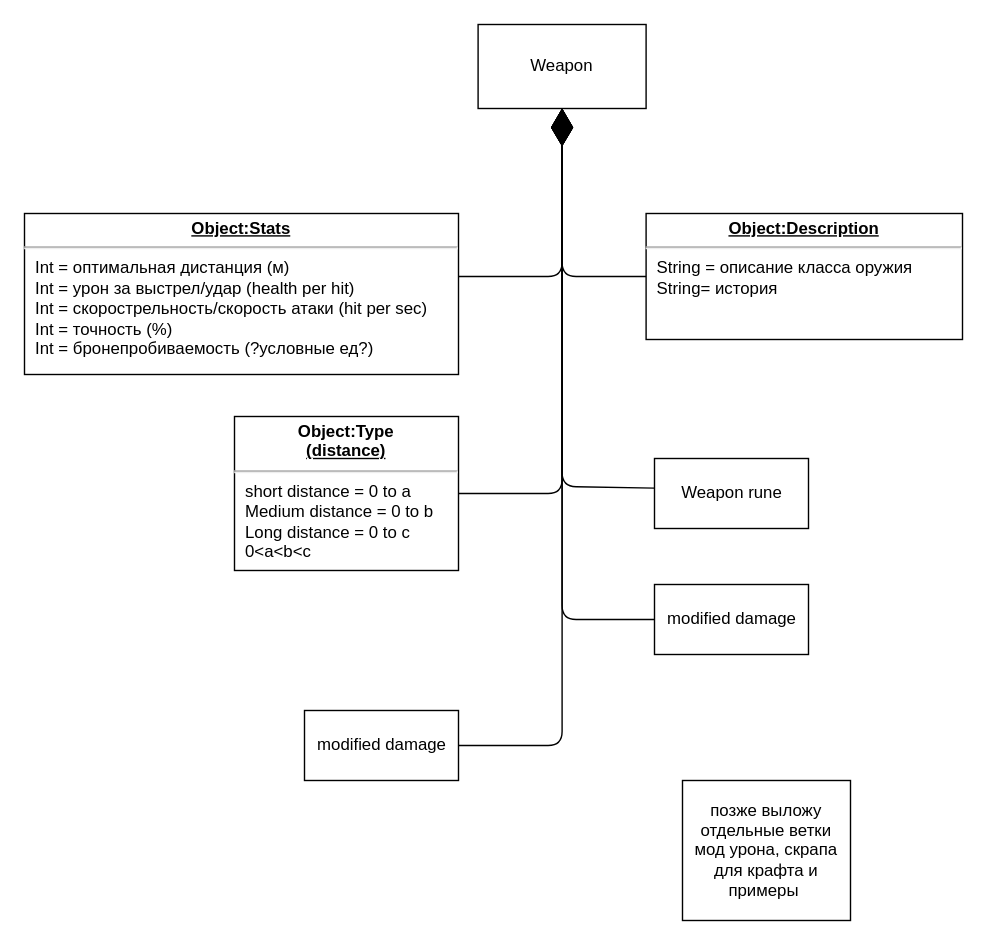
This is page "Weapon" (11 of 14) of Architecture.drawio from PhoenixVRN/Mafia, a draw.io file, before an edit. Source tidied: cells renumbered, new cells numbered last; positions are measured from the earlier drawing's top-left corner, leaving out a move shared by most shapes. Both pictures are drawn from the tidied source at 140%, with x=0, y=0 at pixel (24, 24).
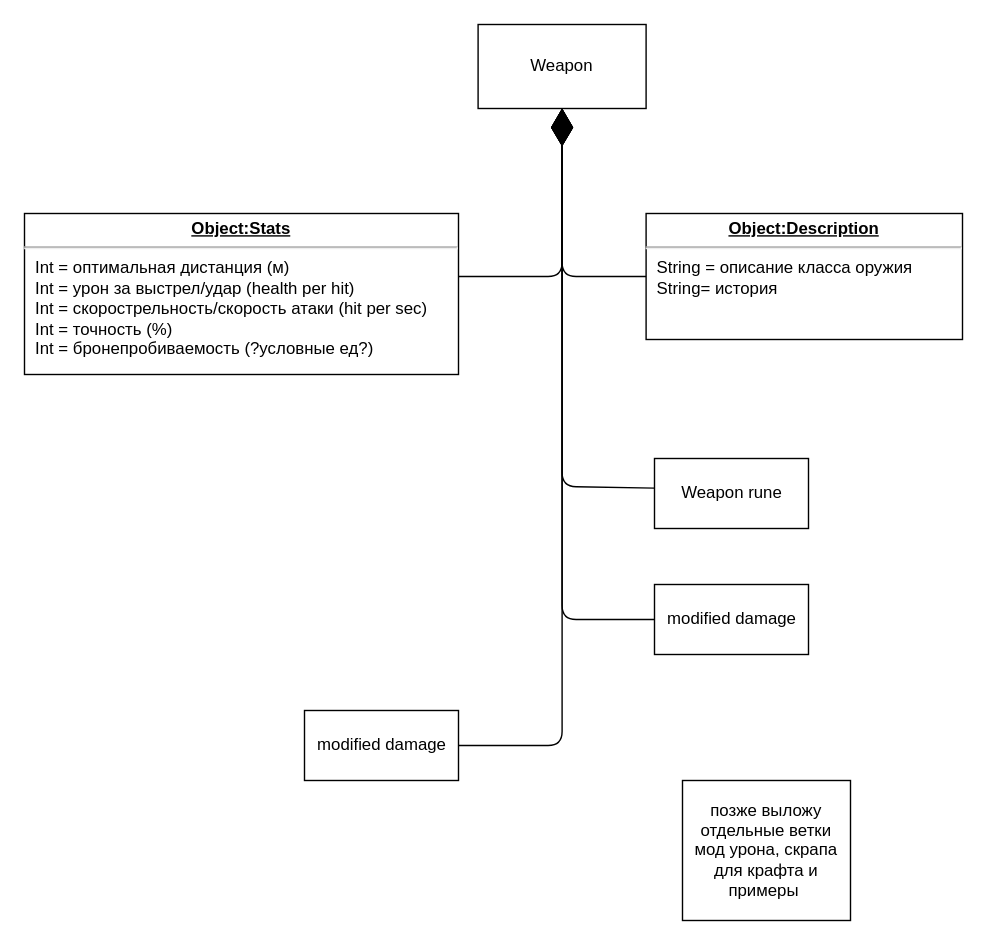
After the change.

What changed in the source:
```diff
@@
-    <mxCell id="3" value="&lt;p style=&quot;margin: 4px 0px 0px ; text-align: center&quot;&gt;&lt;b&gt;Object:Type&lt;/b&gt;&lt;br&gt;&lt;b&gt;&lt;u&gt;(distance)&lt;/u&gt;&lt;/b&gt;&lt;br&gt;&lt;/p&gt;&lt;hr&gt;&lt;p style=&quot;margin: 0px ; margin-left: 8px&quot;&gt;short distance = 0 to a&amp;nbsp;&lt;br&gt;Medium distance&amp;nbsp;= 0 to b&lt;br&gt;Long distance = 0 to c&lt;/p&gt;&lt;p style=&quot;margin: 0px ; margin-left: 8px&quot;&gt;0&amp;lt;a&amp;lt;b&amp;lt;c&lt;/p&gt;" style="verticalAlign=top;align=left;overflow=fill;fontSize=12;fontFamily=Helvetica;html=1;" parent="1" vertex="1">
-      <mxGeometry x="150" y="280" width="160" height="110" as="geometry" />
-    </mxCell>
@@
-    <mxCell id="6" style="endArrow=diamondThin;endFill=1;endSize=24;html=1;exitX=1;exitY=0.5;exitDx=0;exitDy=0;entryX=0.5;entryY=1;entryDx=0;entryDy=0;" parent="1" edge="1" source="3">
-      <mxGeometry relative="1" as="geometry">
-        <mxPoint x="384" y="60" as="targetPoint" />
-        <Array as="points">
-          <mxPoint x="384" y="335" />
-        </Array>
-      </mxGeometry>
-    </mxCell>
```
